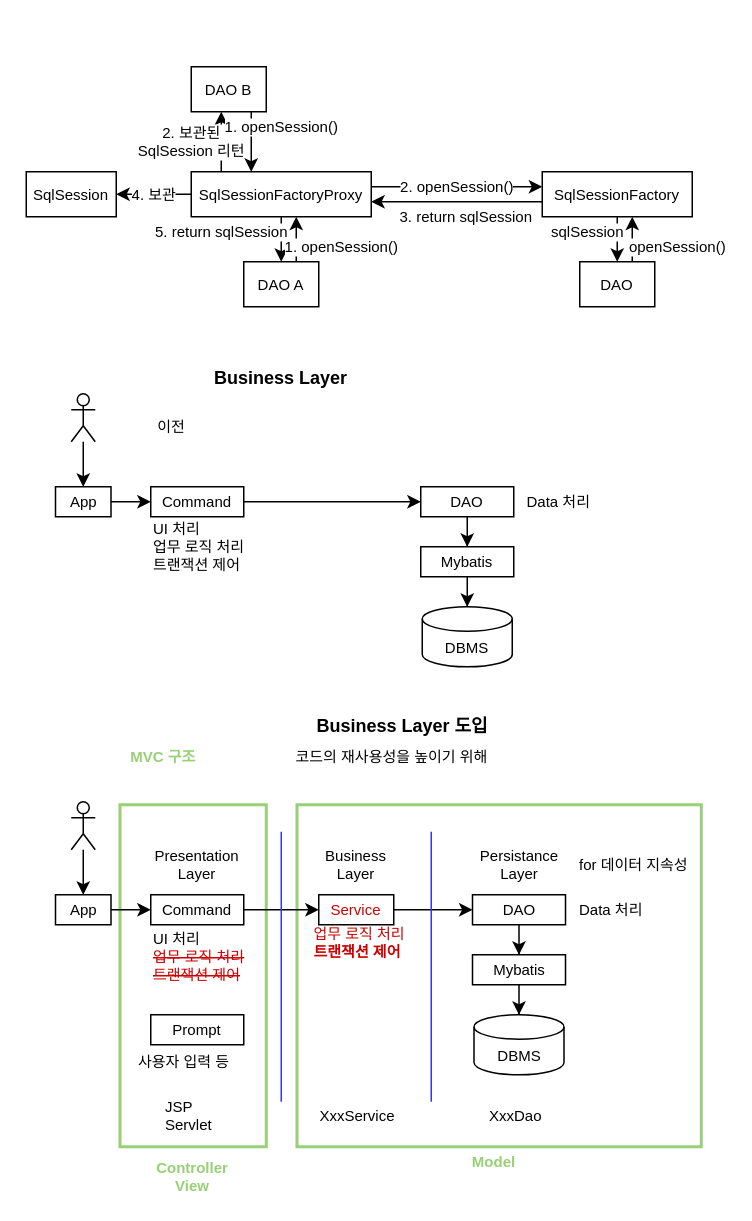
hayeon17kim/algorithm keeps this draw.io diagram as page "Page-9" (9 of 9) of Untitled Diagram.drawio. Above is the earlier version. Source tidied: cells renumbered, new cells numbered last; positions are measured from the earlier drawing's top-left corner, leaving out a move shared by most shapes. Both pictures are drawn from the tidied source at 150%, with x=0, y=0 at pixel (26, 66).
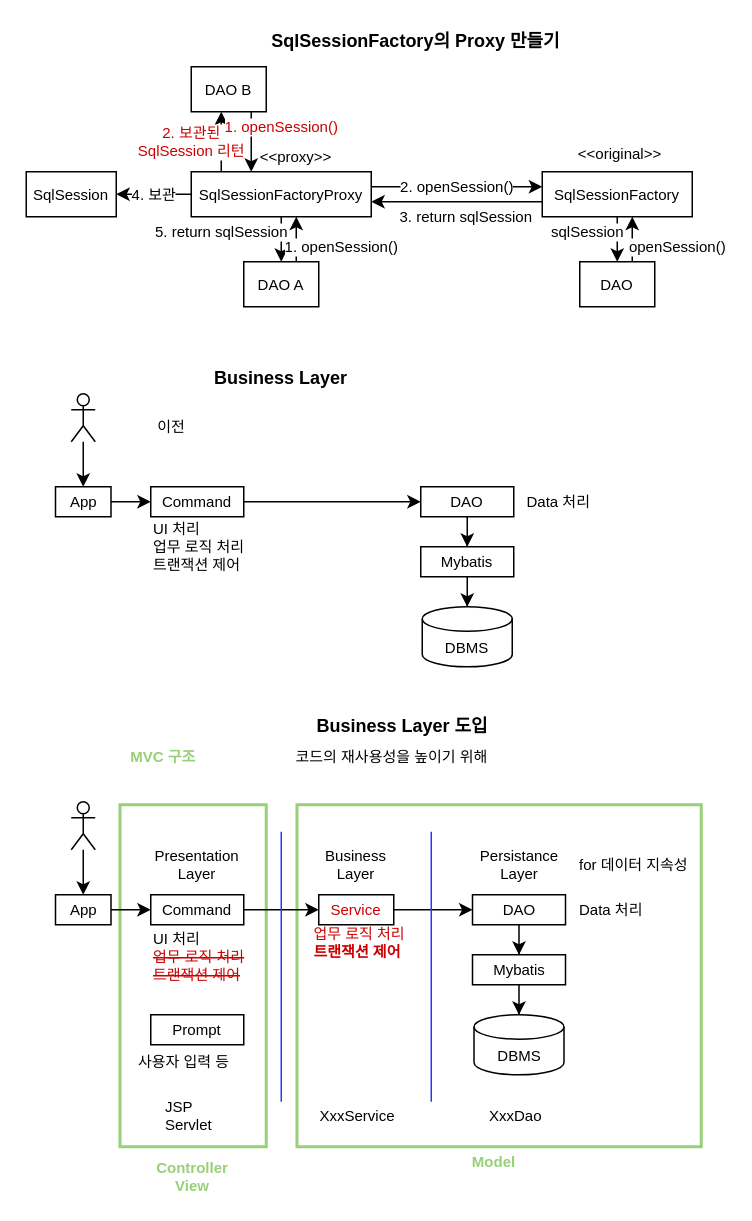
Above is the later version.

The change refers to these unchanged cells:
```xml
<mxCell id="8" value="SqlSessionFactoryProxy" style="rounded=0;whiteSpace=wrap;html=1;fontSize=10;fontColor=#000000;align=center;" parent="1" vertex="1">
  <mxGeometry x="110" y="70" width="120" height="30" as="geometry" />
</mxCell>
<mxCell id="17" value="DAO B" style="rounded=0;whiteSpace=wrap;html=1;fontSize=10;fontColor=#000000;align=center;" parent="1" vertex="1">
  <mxGeometry x="110" width="50" height="30" as="geometry" />
</mxCell>
```

The edit, as a diff of the source:
```diff
@@
-    <mxCell id="7" value="2. 보관된&lt;br&gt;SqlSession 리턴" style="edgeStyle=orthogonalEdgeStyle;rounded=0;jettySize=auto;html=1;strokeColor=#000000;fontSize=10;fontColor=#000000;" parent="1" edge="1" source="8" target="17">
+    <mxCell id="7" value="2. 보관된&lt;br&gt;SqlSession 리턴" style="edgeStyle=orthogonalEdgeStyle;rounded=0;jettySize=auto;html=1;strokeColor=#000000;fontSize=10;fontColor=#CC0000;" parent="1" edge="1" source="8" target="17">
       <mxGeometry y="20" relative="1" as="geometry">
         <Array as="points">
           <mxPoint x="130" y="50" />
           <mxPoint x="130" y="50" />
         </Array>
       </mxGeometry>
     </mxCell>
@@
-    <mxCell id="16" value="1. openSession()" style="edgeStyle=orthogonalEdgeStyle;rounded=0;jettySize=auto;html=1;strokeColor=#000000;fontSize=10;fontColor=#000000;" parent="1" edge="1" source="17" target="8">
+    <mxCell id="16" value="1. openSession()" style="edgeStyle=orthogonalEdgeStyle;rounded=0;jettySize=auto;html=1;strokeColor=#000000;fontSize=10;fontColor=#CC0000;" parent="1" edge="1" source="17" target="8">
       <mxGeometry x="-0.5" y="20" relative="1" as="geometry">
         <Array as="points">
           <mxPoint x="150" y="60" />
           <mxPoint x="150" y="60" />
         </Array>
       </mxGeometry>
     </mxCell>
@@
+    <mxCell id="66" value="&amp;lt;&amp;lt;original&amp;gt;&amp;gt;" style="text;html=1;strokeColor=none;fillColor=none;align=center;verticalAlign=middle;whiteSpace=wrap;rounded=0;fontSize=10;" parent="1" vertex="1">
+      <mxGeometry x="371" y="48" width="50" height="20" as="geometry" />
+    </mxCell>
+    <mxCell id="67" value="SqlSessionFactory의 Proxy 만들기" style="text;html=1;strokeColor=none;fillColor=none;align=center;verticalAlign=middle;whiteSpace=wrap;rounded=0;fontSize=12;fontColor=#000000;fontStyle=1;" parent="1" vertex="1">
+      <mxGeometry x="149" y="-27" width="222" height="20" as="geometry" />
+    </mxCell>
+    <mxCell id="68" value="&amp;lt;&amp;lt;proxy&amp;gt;&amp;gt;" style="text;html=1;strokeColor=none;fillColor=none;align=center;verticalAlign=middle;whiteSpace=wrap;rounded=0;fontSize=10;" parent="1" vertex="1">
+      <mxGeometry x="155" y="50" width="50" height="20" as="geometry" />
+    </mxCell>
```
